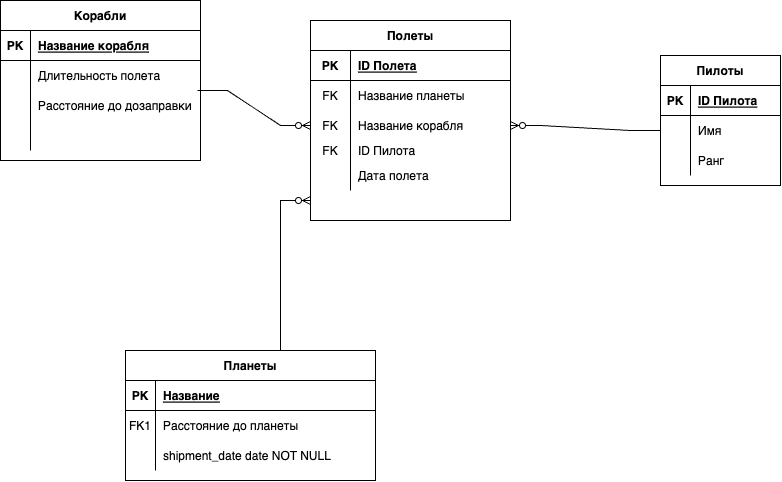
The draw.io diagram part1/Космополеты.drawio.png in Kolesa-Education/kolesa-upgrade-homework-4, before a commit. Source tidied: cells renumbered, new cells last; positions are measured from the earlier drawing's top-left corner, leaving out a move shared by most shapes. Source of this version:
```xml
<mxGraphModel background="#ffffff">
  <root>
    <mxCell id="0" />
    <mxCell id="1" parent="0" />
    <mxCell id="2" value="Пилоты" style="shape=table;startSize=30;rowLines=0;fontStyle=1;align=center;" parent="1" vertex="1">
      <mxGeometry x="660" y="55" width="120" height="130" as="geometry" />
    </mxCell>
    <mxCell id="3" style="shape=partialRectangle;fillColor=none;top=0;left=0;right=0;bottom=1;" parent="2" vertex="1">
      <mxGeometry y="30" width="120" height="30" as="geometry" />
    </mxCell>
    <mxCell id="4" value="PK" style="shape=partialRectangle;overflow=hidden;fillColor=none;top=0;left=0;bottom=0;right=0;fontStyle=1;" parent="3" vertex="1">
      <mxGeometry width="30" height="30" as="geometry" />
    </mxCell>
    <mxCell id="5" value="ID Пилота" style="shape=partialRectangle;overflow=hidden;fillColor=none;top=0;left=0;bottom=0;right=0;align=left;spacingLeft=6;fontStyle=5;" parent="3" vertex="1">
      <mxGeometry x="30" width="90" height="30" as="geometry" />
    </mxCell>
    <mxCell id="6" style="shape=partialRectangle;fillColor=none;points=[[0,0.5],[1,0.5]];portConstraint=eastwest;top=0;left=0;right=0;bottom=0;" parent="2" vertex="1">
      <mxGeometry y="60" width="120" height="30" as="geometry" />
    </mxCell>
    <mxCell id="7" style="shape=partialRectangle;overflow=hidden;fillColor=none;top=0;left=0;bottom=0;right=0;" parent="6" vertex="1">
      <mxGeometry width="30" height="30" as="geometry" />
    </mxCell>
    <mxCell id="8" value="Имя" style="shape=partialRectangle;overflow=hidden;fillColor=none;top=0;left=0;bottom=0;right=0;align=left;spacingLeft=6;" parent="6" vertex="1">
      <mxGeometry x="30" width="90" height="30" as="geometry" />
    </mxCell>
    <mxCell id="9" style="shape=partialRectangle;fillColor=none;top=0;left=0;right=0;bottom=0;" parent="2" vertex="1">
      <mxGeometry y="90" width="120" height="30" as="geometry" />
    </mxCell>
    <mxCell id="10" style="shape=partialRectangle;overflow=hidden;fillColor=none;top=0;left=0;bottom=0;right=0;" parent="9" vertex="1">
      <mxGeometry width="30" height="30" as="geometry" />
    </mxCell>
    <mxCell id="11" value="Ранг" style="shape=partialRectangle;overflow=hidden;fillColor=none;top=0;left=0;bottom=0;right=0;align=left;spacingLeft=6;" parent="9" vertex="1">
      <mxGeometry x="30" width="90" height="30" as="geometry" />
    </mxCell>
    <mxCell id="12" value="Планеты" style="shape=table;startSize=30;rowLines=0;fontStyle=1;align=center;" parent="1" vertex="1">
      <mxGeometry x="125" y="350" width="250" height="130" as="geometry" />
    </mxCell>
    <mxCell id="13" style="shape=partialRectangle;fillColor=none;top=0;left=0;right=0;bottom=1;" parent="12" vertex="1">
      <mxGeometry y="30" width="250" height="30" as="geometry" />
    </mxCell>
    <mxCell id="14" value="PK" style="shape=partialRectangle;overflow=hidden;fillColor=none;top=0;left=0;bottom=0;right=0;fontStyle=1;" parent="13" vertex="1">
      <mxGeometry width="30" height="30" as="geometry" />
    </mxCell>
    <mxCell id="15" value="Название" style="shape=partialRectangle;overflow=hidden;fillColor=none;top=0;left=0;bottom=0;right=0;align=left;spacingLeft=6;fontStyle=5;" parent="13" vertex="1">
      <mxGeometry x="30" width="220" height="30" as="geometry" />
    </mxCell>
    <mxCell id="16" style="shape=partialRectangle;fillColor=none;top=0;left=0;right=0;bottom=0;" parent="12" vertex="1">
      <mxGeometry y="60" width="250" height="30" as="geometry" />
    </mxCell>
    <mxCell id="17" value="FK1" style="shape=partialRectangle;overflow=hidden;fillColor=none;top=0;left=0;bottom=0;right=0;" parent="16" vertex="1">
      <mxGeometry width="30" height="30" as="geometry" />
    </mxCell>
    <mxCell id="18" value="Расстояние до планеты" style="shape=partialRectangle;overflow=hidden;fillColor=none;top=0;left=0;bottom=0;right=0;align=left;spacingLeft=6;" parent="16" vertex="1">
      <mxGeometry x="30" width="220" height="30" as="geometry" />
    </mxCell>
    <mxCell id="19" style="shape=partialRectangle;fillColor=none;top=0;left=0;right=0;bottom=0;" parent="12" vertex="1">
      <mxGeometry y="90" width="250" height="30" as="geometry" />
    </mxCell>
    <mxCell id="20" style="shape=partialRectangle;overflow=hidden;fillColor=none;top=0;left=0;bottom=0;right=0;" parent="19" vertex="1">
      <mxGeometry width="30" height="30" as="geometry" />
    </mxCell>
    <mxCell id="21" value="shipment_date date NOT NULL" style="shape=partialRectangle;overflow=hidden;fillColor=none;top=0;left=0;bottom=0;right=0;align=left;spacingLeft=6;" parent="19" vertex="1">
      <mxGeometry x="30" width="220" height="30" as="geometry" />
    </mxCell>
    <mxCell id="22" value="Корабли" style="shape=table;startSize=30;rowLines=0;fontStyle=1;align=center;" parent="1" vertex="1">
      <mxGeometry width="200" height="160" as="geometry" />
    </mxCell>
    <mxCell id="23" style="shape=tableRow;horizontal=0;startSize=0;swimlaneHead=0;swimlaneBody=0;fillColor=none;top=0;left=0;right=0;bottom=1;" parent="22" vertex="1">
      <mxGeometry y="30" width="200" height="30" as="geometry" />
    </mxCell>
    <mxCell id="24" value="PK" style="shape=partialRectangle;fillColor=none;top=0;left=0;bottom=0;right=0;fontStyle=1;overflow=hidden;" parent="23" vertex="1">
      <mxGeometry width="30" height="30" as="geometry" />
    </mxCell>
    <mxCell id="25" value="Название корабля" style="shape=partialRectangle;fillColor=none;top=0;left=0;bottom=0;right=0;align=left;spacingLeft=6;fontStyle=5;overflow=hidden;" parent="23" vertex="1">
      <mxGeometry x="30" width="170" height="30" as="geometry" />
    </mxCell>
    <mxCell id="26" style="shape=tableRow;horizontal=0;startSize=0;swimlaneHead=0;swimlaneBody=0;fillColor=none;points=[[0,0.5],[1,0.5]];portConstraint=eastwest;top=0;left=0;right=0;bottom=0;" parent="22" vertex="1">
      <mxGeometry y="60" width="200" height="30" as="geometry" />
    </mxCell>
    <mxCell id="27" style="shape=partialRectangle;fillColor=none;top=0;left=0;bottom=0;right=0;overflow=hidden;" parent="26" vertex="1">
      <mxGeometry width="30" height="30" as="geometry" />
    </mxCell>
    <mxCell id="28" value="Длительность полета " style="shape=partialRectangle;fillColor=none;top=0;left=0;bottom=0;right=0;align=left;spacingLeft=6;overflow=hidden;" parent="26" vertex="1">
      <mxGeometry x="30" width="170" height="30" as="geometry" />
    </mxCell>
    <mxCell id="29" style="shape=tableRow;horizontal=0;startSize=0;swimlaneHead=0;swimlaneBody=0;fillColor=none;top=0;left=0;right=0;bottom=0;" parent="22" vertex="1">
      <mxGeometry y="90" width="200" height="30" as="geometry" />
    </mxCell>
    <mxCell id="30" style="shape=partialRectangle;fillColor=none;top=0;left=0;bottom=0;right=0;overflow=hidden;" parent="29" vertex="1">
      <mxGeometry width="30" height="30" as="geometry" />
    </mxCell>
    <mxCell id="31" value="Расстояние до дозаправки" style="shape=partialRectangle;fillColor=none;top=0;left=0;bottom=0;right=0;align=left;spacingLeft=6;overflow=hidden;" parent="29" vertex="1">
      <mxGeometry x="30" width="170" height="30" as="geometry" />
    </mxCell>
    <mxCell id="32" style="shape=tableRow;horizontal=0;startSize=0;swimlaneHead=0;swimlaneBody=0;fillColor=none;top=0;left=0;right=0;bottom=0;" parent="22" vertex="1">
      <mxGeometry y="120" width="200" height="30" as="geometry" />
    </mxCell>
    <mxCell id="33" style="shape=partialRectangle;fillColor=none;top=0;left=0;bottom=0;right=0;overflow=hidden;" parent="32" vertex="1">
      <mxGeometry width="30" height="30" as="geometry" />
    </mxCell>
    <mxCell id="34" style="shape=partialRectangle;fillColor=none;top=0;left=0;bottom=0;right=0;align=left;spacingLeft=6;overflow=hidden;" parent="32" vertex="1">
      <mxGeometry x="30" width="170" height="30" as="geometry" />
    </mxCell>
    <mxCell id="35" value="Полеты" style="shape=table;startSize=30;rowLines=0;fontStyle=1;align=center;" parent="1" vertex="1">
      <mxGeometry x="310" y="20" width="200" height="200" as="geometry" />
    </mxCell>
    <mxCell id="36" style="shape=tableRow;horizontal=0;startSize=0;swimlaneHead=0;swimlaneBody=0;fillColor=none;top=0;left=0;right=0;bottom=1;" parent="35" vertex="1">
      <mxGeometry y="30" width="200" height="30" as="geometry" />
    </mxCell>
    <mxCell id="37" value="PK" style="shape=partialRectangle;fillColor=none;top=0;left=0;bottom=0;right=0;fontStyle=1;overflow=hidden;" parent="36" vertex="1">
      <mxGeometry width="40" height="30" as="geometry" />
    </mxCell>
    <mxCell id="38" value="ID Полета" style="shape=partialRectangle;fillColor=none;top=0;left=0;bottom=0;right=0;align=left;spacingLeft=6;fontStyle=5;overflow=hidden;" parent="36" vertex="1">
      <mxGeometry x="40" width="160" height="30" as="geometry" />
    </mxCell>
    <mxCell id="39" style="shape=tableRow;horizontal=0;startSize=0;swimlaneHead=0;swimlaneBody=0;fillColor=none;top=0;left=0;right=0;bottom=0;" parent="35" vertex="1">
      <mxGeometry y="60" width="200" height="30" as="geometry" />
    </mxCell>
    <mxCell id="40" value="FK" style="shape=partialRectangle;fillColor=none;top=0;left=0;bottom=0;right=0;overflow=hidden;" parent="39" vertex="1">
      <mxGeometry width="40" height="30" as="geometry" />
    </mxCell>
    <mxCell id="41" value="Название планеты" style="shape=partialRectangle;fillColor=none;top=0;left=0;bottom=0;right=0;align=left;spacingLeft=6;overflow=hidden;" parent="39" vertex="1">
      <mxGeometry x="40" width="160" height="30" as="geometry" />
    </mxCell>
    <mxCell id="42" style="shape=tableRow;horizontal=0;startSize=0;swimlaneHead=0;swimlaneBody=0;fillColor=none;points=[[0,0.5],[1,0.5]];portConstraint=eastwest;top=0;left=0;right=0;bottom=0;" parent="35" vertex="1">
      <mxGeometry y="90" width="200" height="30" as="geometry" />
    </mxCell>
    <mxCell id="43" value="FK" style="shape=partialRectangle;fillColor=none;top=0;left=0;bottom=0;right=0;overflow=hidden;" parent="42" vertex="1">
      <mxGeometry width="40" height="30" as="geometry" />
    </mxCell>
    <mxCell id="44" value="Название корабля" style="shape=partialRectangle;fillColor=none;top=0;left=0;bottom=0;right=0;align=left;spacingLeft=6;overflow=hidden;" parent="42" vertex="1">
      <mxGeometry x="40" width="160" height="30" as="geometry" />
    </mxCell>
    <mxCell id="45" style="shape=tableRow;horizontal=0;startSize=0;swimlaneHead=0;swimlaneBody=0;fillColor=none;top=0;left=0;right=0;bottom=0;" parent="35" vertex="1">
      <mxGeometry y="120" width="200" height="20" as="geometry" />
    </mxCell>
    <mxCell id="46" value="FK" style="shape=partialRectangle;fillColor=none;top=0;left=0;bottom=0;right=0;overflow=hidden;" parent="45" vertex="1">
      <mxGeometry width="40" height="20" as="geometry" />
    </mxCell>
    <mxCell id="47" value="ID Пилота" style="shape=partialRectangle;fillColor=none;top=0;left=0;bottom=0;right=0;align=left;spacingLeft=6;overflow=hidden;" parent="45" vertex="1">
      <mxGeometry x="40" width="160" height="20" as="geometry" />
    </mxCell>
    <mxCell id="48" style="shape=tableRow;horizontal=0;startSize=0;swimlaneHead=0;swimlaneBody=0;fillColor=none;top=0;left=0;right=0;bottom=0;" parent="35" vertex="1">
      <mxGeometry y="140" width="200" height="30" as="geometry" />
    </mxCell>
    <mxCell id="49" style="shape=partialRectangle;fillColor=none;top=0;left=0;bottom=0;right=0;fontStyle=0;overflow=hidden;" parent="48" vertex="1">
      <mxGeometry width="40" height="30" as="geometry" />
    </mxCell>
    <mxCell id="50" value="Дата полета" style="shape=partialRectangle;fillColor=none;top=0;left=0;bottom=0;right=0;align=left;spacingLeft=6;fontStyle=0;overflow=hidden;" parent="48" vertex="1">
      <mxGeometry x="40" width="160" height="30" as="geometry" />
    </mxCell>
    <mxCell id="51" style="edgeStyle=entityRelationEdgeStyle;fontSize=12;html=1;endArrow=ERzeroToMany;endFill=1;rounded=0;entryX=0;entryY=0.5;entryDx=0;entryDy=0;exitX=0.985;exitY=1;exitDx=0;exitDy=0;exitPerimeter=0;" parent="1" edge="1" source="26" target="42">
      <mxGeometry relative="1" as="geometry" />
    </mxCell>
    <mxCell id="52" style="edgeStyle=entityRelationEdgeStyle;fontSize=12;html=1;endArrow=ERzeroToMany;endFill=1;rounded=0;exitX=0.5;exitY=0;exitDx=0;exitDy=0;" parent="1" edge="1" source="12">
      <mxGeometry relative="1" as="geometry">
        <mxPoint x="310" y="200" as="targetPoint" />
      </mxGeometry>
    </mxCell>
    <mxCell id="53" style="edgeStyle=entityRelationEdgeStyle;fontSize=12;html=1;endArrow=ERzeroToMany;endFill=1;rounded=0;exitX=0;exitY=0.5;exitDx=0;exitDy=0;" parent="1" edge="1" source="6" target="42">
      <mxGeometry relative="1" as="geometry" />
    </mxCell>
  </root>
</mxGraphModel>
```
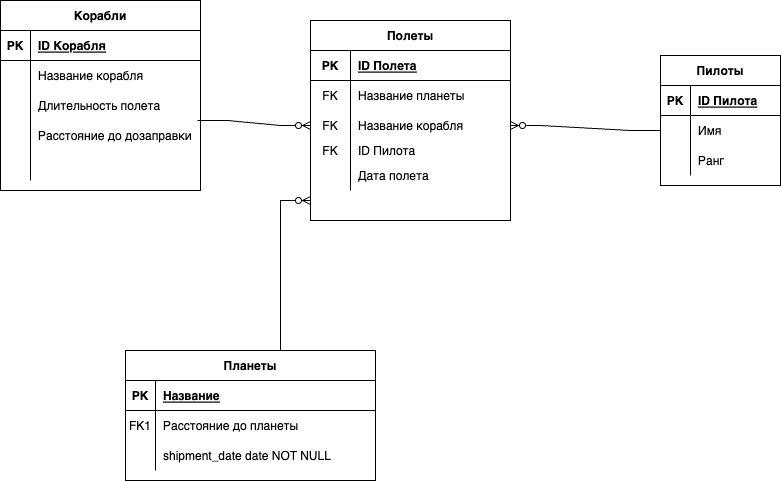
After the change.

The edit, as a diff of the source:
```diff
@@ -63,7 +63,7 @@
       <mxGeometry x="30" width="220" height="30" as="geometry" />
     </mxCell>
     <mxCell id="22" value="Корабли" style="shape=table;startSize=30;rowLines=0;fontStyle=1;align=center;" parent="1" vertex="1">
-      <mxGeometry width="200" height="160" as="geometry" />
+      <mxGeometry width="200" height="190" as="geometry" />
     </mxCell>
     <mxCell id="23" style="shape=tableRow;horizontal=0;startSize=0;swimlaneHead=0;swimlaneBody=0;fillColor=none;top=0;left=0;right=0;bottom=1;" parent="22" vertex="1">
       <mxGeometry y="30" width="200" height="30" as="geometry" />
@@ -71,11 +71,20 @@
     <mxCell id="24" value="PK" style="shape=partialRectangle;fillColor=none;top=0;left=0;bottom=0;right=0;fontStyle=1;overflow=hidden;" parent="23" vertex="1">
       <mxGeometry width="30" height="30" as="geometry" />
     </mxCell>
-    <mxCell id="25" value="Название корабля" style="shape=partialRectangle;fillColor=none;top=0;left=0;bottom=0;right=0;align=left;spacingLeft=6;fontStyle=5;overflow=hidden;" parent="23" vertex="1">
+    <mxCell id="25" value="ID Корабля" style="shape=partialRectangle;fillColor=none;top=0;left=0;bottom=0;right=0;align=left;spacingLeft=6;fontStyle=5;overflow=hidden;" parent="23" vertex="1">
       <mxGeometry x="30" width="170" height="30" as="geometry" />
     </mxCell>
+    <mxCell id="54" style="shape=tableRow;horizontal=0;startSize=0;swimlaneHead=0;swimlaneBody=0;fillColor=none;top=0;left=0;right=0;bottom=0;" parent="22" vertex="1">
+      <mxGeometry y="60" width="200" height="30" as="geometry" />
+    </mxCell>
+    <mxCell id="55" style="shape=partialRectangle;fillColor=none;top=0;left=0;bottom=0;right=0;fontStyle=0;overflow=hidden;" parent="54" vertex="1">
+      <mxGeometry width="30" height="30" as="geometry" />
+    </mxCell>
+    <mxCell id="56" value="Название корабля" style="shape=partialRectangle;fillColor=none;top=0;left=0;bottom=0;right=0;align=left;spacingLeft=6;fontStyle=0;overflow=hidden;" parent="54" vertex="1">
+      <mxGeometry x="30" width="170" height="30" as="geometry" />
+    </mxCell>
     <mxCell id="26" style="shape=tableRow;horizontal=0;startSize=0;swimlaneHead=0;swimlaneBody=0;fillColor=none;points=[[0,0.5],[1,0.5]];portConstraint=eastwest;top=0;left=0;right=0;bottom=0;" parent="22" vertex="1">
-      <mxGeometry y="60" width="200" height="30" as="geometry" />
+      <mxGeometry y="90" width="200" height="30" as="geometry" />
     </mxCell>
     <mxCell id="27" style="shape=partialRectangle;fillColor=none;top=0;left=0;bottom=0;right=0;overflow=hidden;" parent="26" vertex="1">
       <mxGeometry width="30" height="30" as="geometry" />
@@ -84,7 +93,7 @@
       <mxGeometry x="30" width="170" height="30" as="geometry" />
     </mxCell>
     <mxCell id="29" style="shape=tableRow;horizontal=0;startSize=0;swimlaneHead=0;swimlaneBody=0;fillColor=none;top=0;left=0;right=0;bottom=0;" parent="22" vertex="1">
-      <mxGeometry y="90" width="200" height="30" as="geometry" />
+      <mxGeometry y="120" width="200" height="30" as="geometry" />
     </mxCell>
     <mxCell id="30" style="shape=partialRectangle;fillColor=none;top=0;left=0;bottom=0;right=0;overflow=hidden;" parent="29" vertex="1">
       <mxGeometry width="30" height="30" as="geometry" />
@@ -93,7 +102,7 @@
       <mxGeometry x="30" width="170" height="30" as="geometry" />
     </mxCell>
     <mxCell id="32" style="shape=tableRow;horizontal=0;startSize=0;swimlaneHead=0;swimlaneBody=0;fillColor=none;top=0;left=0;right=0;bottom=0;" parent="22" vertex="1">
-      <mxGeometry y="120" width="200" height="30" as="geometry" />
+      <mxGeometry y="150" width="200" height="30" as="geometry" />
     </mxCell>
     <mxCell id="33" style="shape=partialRectangle;fillColor=none;top=0;left=0;bottom=0;right=0;overflow=hidden;" parent="32" vertex="1">
       <mxGeometry width="30" height="30" as="geometry" />
```
